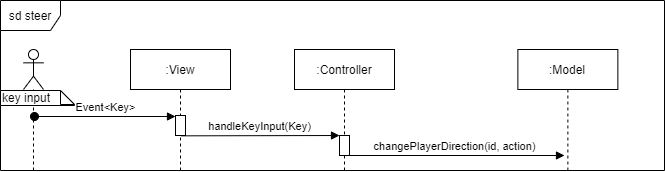
KjellooMelloo/gameoftrons keeps this draw.io diagram as Doku/images/SD_UC4Steer.png. Above is the earlier version. Source tidied: cells renumbered, new cells last; positions are measured from the earlier drawing's top-left corner, leaving out a move shared by most shapes.
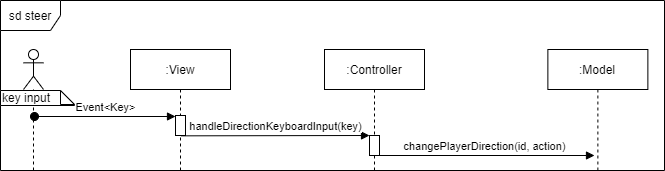
Later version of the same file.

Change to the diagram source:
```diff
@@ -6,7 +6,7 @@
       <mxGeometry width="664" height="170" as="geometry" />
     </mxCell>
     <mxCell id="3" value=":Model" style="shape=umlLifeline;perimeter=lifelinePerimeter;whiteSpace=wrap;html=1;" parent="1" vertex="1">
-      <mxGeometry x="517.4" y="49" width="100" height="121" as="geometry" />
+      <mxGeometry x="547.4" y="49" width="100" height="121" as="geometry" />
     </mxCell>
     <mxCell id="4" value=":View" style="shape=umlLifeline;perimeter=lifelinePerimeter;whiteSpace=wrap;html=1;" parent="1" vertex="1">
       <mxGeometry x="130" y="49" width="100" height="121" as="geometry" />
@@ -18,7 +18,7 @@
       <mxGeometry x="23" y="49" width="20" height="121" as="geometry" />
     </mxCell>
     <mxCell id="7" value=":Controller" style="shape=umlLifeline;perimeter=lifelinePerimeter;whiteSpace=wrap;html=1;outlineConnect=0;" parent="1" vertex="1">
-      <mxGeometry x="294" y="49" width="100" height="121" as="geometry" />
+      <mxGeometry x="324" y="49" width="100" height="121" as="geometry" />
     </mxCell>
     <mxCell id="8" style="html=1;points=[];perimeter=orthogonalPerimeter;" parent="7" vertex="1">
       <mxGeometry x="45" y="86" width="10" height="20" as="geometry" />
@@ -31,12 +31,12 @@
         <mxPoint x="34" y="116" as="sourcePoint" />
       </mxGeometry>
     </mxCell>
-    <mxCell id="11" value="handleKeyInput(Key)" style="html=1;verticalAlign=bottom;endArrow=block;entryX=0;entryY=0;exitX=0.567;exitY=1.017;exitDx=0;exitDy=0;exitPerimeter=0;" parent="1" edge="1" source="5" target="8">
+    <mxCell id="11" value="handleDirectionKeyboardInput(key)" style="html=1;verticalAlign=bottom;endArrow=block;entryX=0;entryY=0;exitX=0.567;exitY=1.017;exitDx=0;exitDy=0;exitPerimeter=0;" parent="1" edge="1" source="5" target="8">
       <mxGeometry relative="1" as="geometry" />
     </mxCell>
     <mxCell id="12" value="changePlayerDirection(id, action)" style="html=1;verticalAlign=bottom;endArrow=block;" parent="1" edge="1" source="7">
       <mxGeometry relative="1" as="geometry">
-        <mxPoint x="564" y="155" as="targetPoint" />
+        <mxPoint x="594" y="155" as="targetPoint" />
       </mxGeometry>
     </mxCell>
   </root>
```
